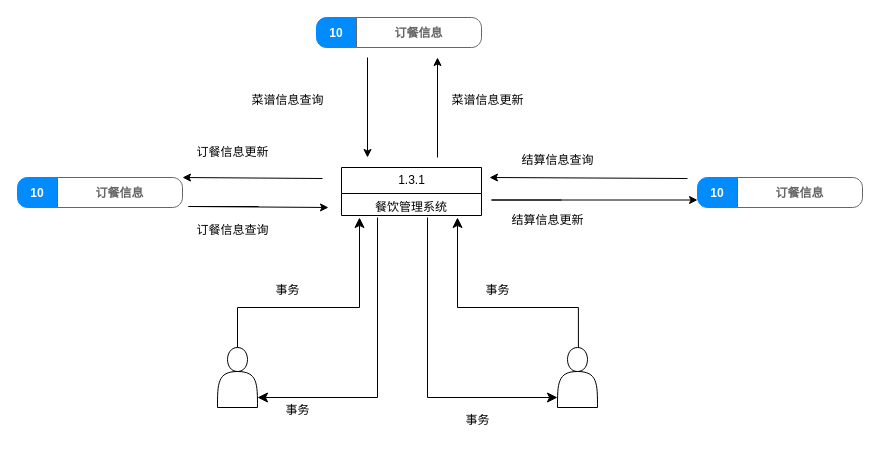
YGOclearmind/hdu-work keeps this draw.io diagram as 餐饮.drawio. Above is the earlier version. Source tidied: cells renumbered, new cells numbered last; positions are measured from the earlier drawing's top-left corner, leaving out a move shared by most shapes. Both pictures are drawn from the tidied source at 100%, with x=0, y=0 at pixel (17, 17).
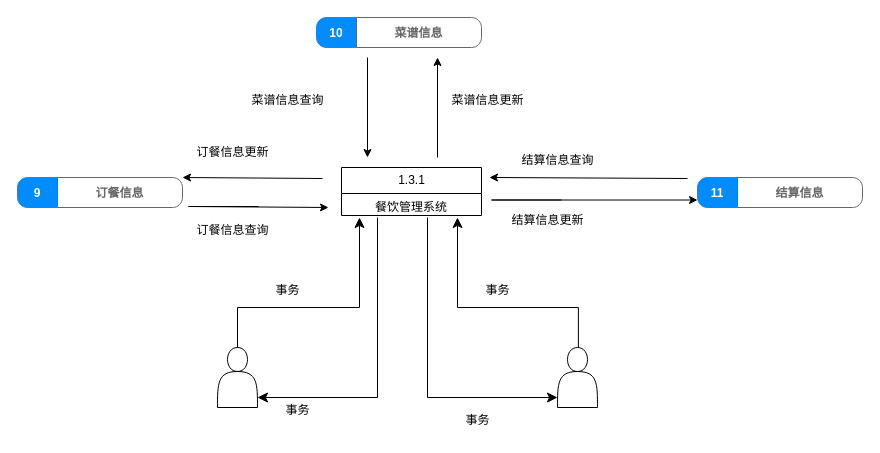
Above is the later version.

The change refers to these unchanged cells:
```xml
<mxCell id="10" style="swimlane;shape=mxgraph.bootstrap.anchor;strokeColor=#666666;fillColor=#ffffff;fontColor=#666666;fontStyle=0;horizontal=0;startSize=0;whiteSpace=wrap;html=1;" parent="1" vertex="1">
  <mxGeometry y="160" width="165" height="30" as="geometry" />
</mxCell>
<mxCell id="14" style="swimlane;shape=mxgraph.bootstrap.anchor;strokeColor=#666666;fillColor=#ffffff;fontColor=#666666;fontStyle=0;horizontal=0;startSize=0;whiteSpace=wrap;html=1;" parent="1" vertex="1">
  <mxGeometry x="680" y="160" width="165" height="30" as="geometry" />
</mxCell>
<mxCell id="18" style="swimlane;shape=mxgraph.bootstrap.anchor;strokeColor=#666666;fillColor=#ffffff;fontColor=#666666;fontStyle=0;horizontal=0;startSize=0;whiteSpace=wrap;html=1;" parent="1" vertex="1">
  <mxGeometry x="299" width="165" height="30" as="geometry" />
</mxCell>
```

Change to the diagram source:
```diff
@@
-    <mxCell id="11" value="&lt;font style=&quot;font-size: 12px;&quot;&gt;10&lt;/font&gt;" style="text;strokeColor=#008CFF;align=center;verticalAlign=middle;spacingLeft=10;spacingRight=10;overflow=hidden;points=[[0,0.5],[1,0.5]];portConstraint=eastwest;whiteSpace=wrap;html=1;shape=mxgraph.mockup.leftButton;rSize=10;fillColor=#008CFF;fontColor=#ffffff;fontSize=17;fontStyle=1;" parent="10" vertex="1">
+    <mxCell id="11" value="&lt;font style=&quot;font-size: 12px;&quot;&gt;9&lt;/font&gt;" style="text;strokeColor=#008CFF;align=center;verticalAlign=middle;spacingLeft=10;spacingRight=10;overflow=hidden;points=[[0,0.5],[1,0.5]];portConstraint=eastwest;whiteSpace=wrap;html=1;shape=mxgraph.mockup.leftButton;rSize=10;fillColor=#008CFF;fontColor=#ffffff;fontSize=17;fontStyle=1;" parent="10" vertex="1">
       <mxGeometry width="40" height="30" as="geometry" />
     </mxCell>
@@
-    <mxCell id="15" value="&lt;font style=&quot;font-size: 12px;&quot;&gt;10&lt;/font&gt;" style="text;strokeColor=#008CFF;align=center;verticalAlign=middle;spacingLeft=10;spacingRight=10;overflow=hidden;points=[[0,0.5],[1,0.5]];portConstraint=eastwest;whiteSpace=wrap;html=1;shape=mxgraph.mockup.leftButton;rSize=10;fillColor=#008CFF;fontColor=#ffffff;fontSize=17;fontStyle=1;" parent="14" vertex="1">
+    <mxCell id="15" value="&lt;font style=&quot;font-size: 12px;&quot;&gt;11&lt;/font&gt;" style="text;strokeColor=#008CFF;align=center;verticalAlign=middle;spacingLeft=10;spacingRight=10;overflow=hidden;points=[[0,0.5],[1,0.5]];portConstraint=eastwest;whiteSpace=wrap;html=1;shape=mxgraph.mockup.leftButton;rSize=10;fillColor=#008CFF;fontColor=#ffffff;fontSize=17;fontStyle=1;" parent="14" vertex="1">
       <mxGeometry width="40" height="30" as="geometry" />
     </mxCell>
-    <mxCell id="16" value="&lt;font style=&quot;font-size: 12px;&quot;&gt;订餐信息&lt;/font&gt;" style="text;strokeColor=inherit;align=center;verticalAlign=middle;spacingLeft=10;spacingRight=10;overflow=hidden;whiteSpace=wrap;html=1;shape=mxgraph.mockup.rightButton;rSize=10;fillColor=inherit;fontColor=inherit;fontSize=17;fontStyle=1;" parent="14" vertex="1">
+    <mxCell id="16" value="&lt;font style=&quot;font-size: 12px;&quot;&gt;结算信息&lt;/font&gt;" style="text;strokeColor=inherit;align=center;verticalAlign=middle;spacingLeft=10;spacingRight=10;overflow=hidden;whiteSpace=wrap;html=1;shape=mxgraph.mockup.rightButton;rSize=10;fillColor=inherit;fontColor=inherit;fontSize=17;fontStyle=1;" parent="14" vertex="1">
       <mxGeometry x="40" width="125" height="30" as="geometry" />
     </mxCell>
@@
-    <mxCell id="20" value="&lt;font style=&quot;font-size: 12px;&quot;&gt;订餐信息&lt;/font&gt;" style="text;strokeColor=inherit;align=center;verticalAlign=middle;spacingLeft=10;spacingRight=10;overflow=hidden;whiteSpace=wrap;html=1;shape=mxgraph.mockup.rightButton;rSize=10;fillColor=inherit;fontColor=inherit;fontSize=17;fontStyle=1;" parent="18" vertex="1">
+    <mxCell id="20" value="&lt;font style=&quot;font-size: 12px;&quot;&gt;菜谱信息&lt;/font&gt;" style="text;strokeColor=inherit;align=center;verticalAlign=middle;spacingLeft=10;spacingRight=10;overflow=hidden;whiteSpace=wrap;html=1;shape=mxgraph.mockup.rightButton;rSize=10;fillColor=inherit;fontColor=inherit;fontSize=17;fontStyle=1;" parent="18" vertex="1">
       <mxGeometry x="40" width="125" height="30" as="geometry" />
     </mxCell>
```
